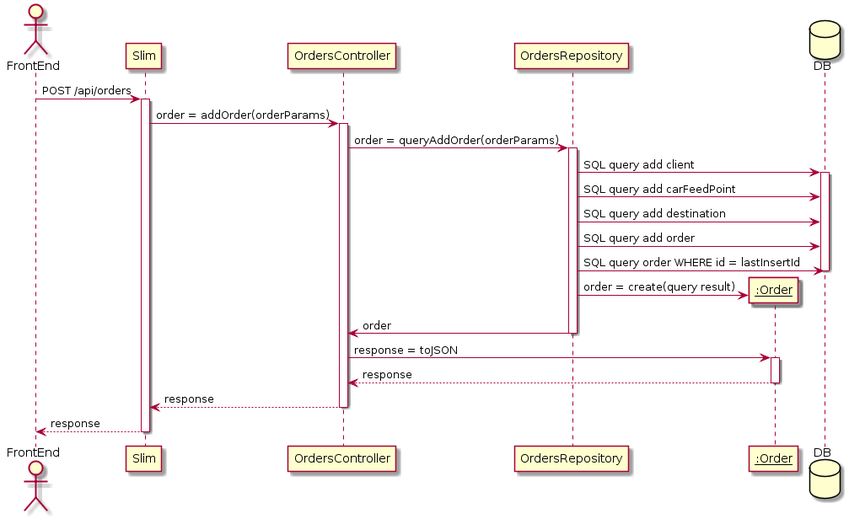
Before: docs/BackEnd/SequenceDiagram/AddOrder.png, a diagram exported from PlantUML (malvinkooo/taxiSystem).
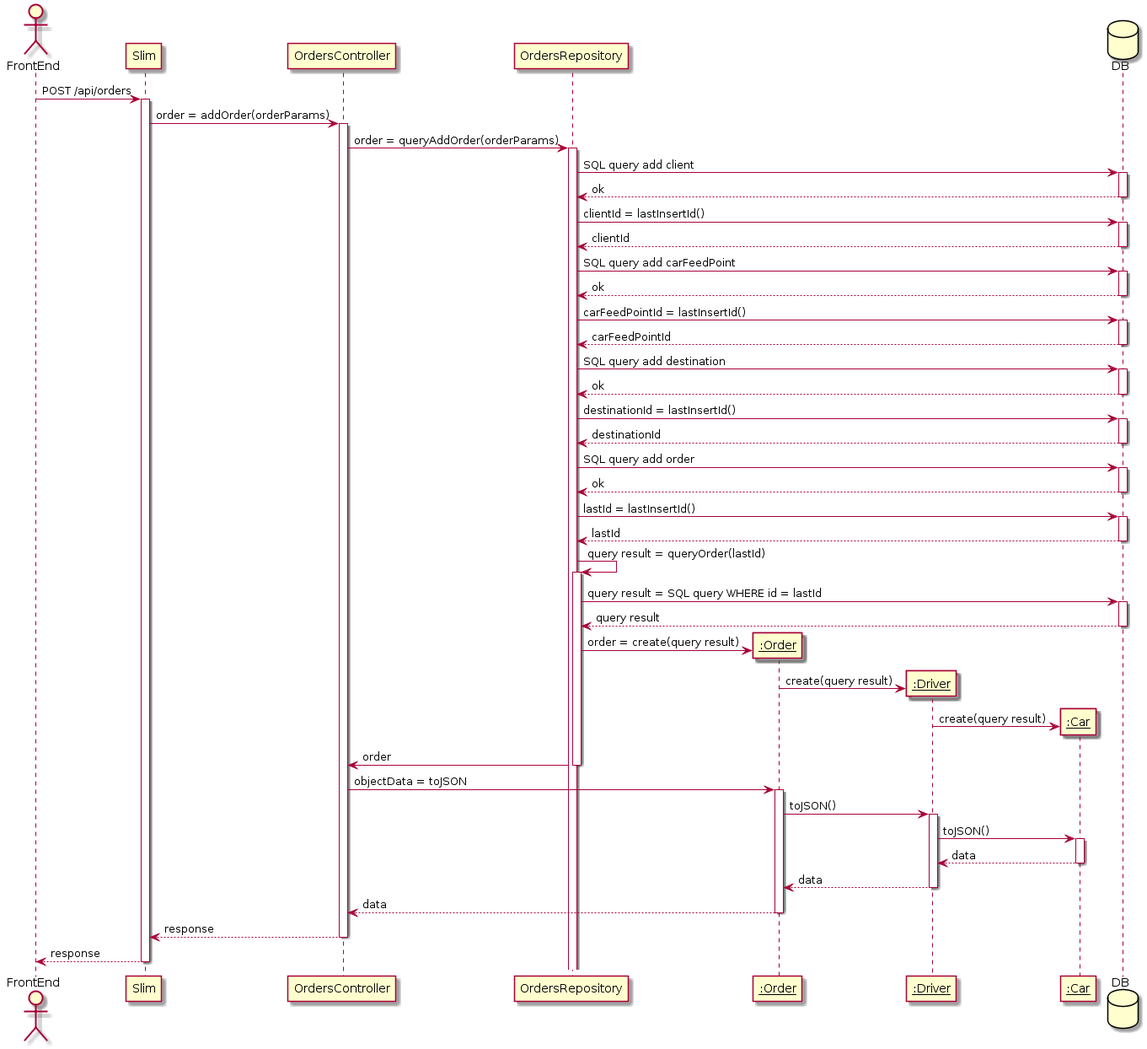
After the commit.

The edit, as a diff of the source:
```diff
@@ -4,6 +4,8 @@
 participant OrdersController
 participant OrdersRepository
 participant "__:Order__" as Order
+participant "__:Driver__" as Driver
+participant "__:Car__" as Car
 database DB
 
 FrontEnd -> Slim : POST /api/orders
@@ -12,21 +14,70 @@
 activate OrdersController
 OrdersController -> OrdersRepository : order = queryAddOrder(orderParams)
 activate OrdersRepository
+
 OrdersRepository -> DB : SQL query add client
 activate DB
+DB --> OrdersRepository : ok
+deactivate DB
+OrdersRepository -> DB : clientId = lastInsertId()
+activate DB
+DB --> OrdersRepository : clientId
+deactivate DB
 OrdersRepository -> DB : SQL query add carFeedPoint
+activate DB
+DB --> OrdersRepository : ok
+deactivate DB
+OrdersRepository -> DB : carFeedPointId = lastInsertId()
+activate DB
+DB --> OrdersRepository : carFeedPointId
+deactivate DB
 OrdersRepository -> DB : SQL query add destination
+activate DB
+DB --> OrdersRepository : ok
+deactivate DB
+OrdersRepository -> DB : destinationId = lastInsertId()
+activate DB
+DB --> OrdersRepository : destinationId
+deactivate DB
 OrdersRepository -> DB : SQL query add order
-OrdersRepository -> DB : SQL query order WHERE id = lastInsertId
+activate DB
+DB --> OrdersRepository : ok
 deactivate DB
+OrdersRepository -> DB : lastId = lastInsertId()
+activate DB
+DB --> OrdersRepository : lastId
+deactivate DB
+
+OrdersRepository -> OrdersRepository : query result = queryOrder(lastId)
+activate OrdersRepository
+OrdersRepository -> DB : query result = SQL query WHERE id = lastId
+activate DB
+DB --> OrdersRepository : query result
+deactivate DB
+
 create Order
 OrdersRepository -> Order : order = create(query result)
+create Driver
+Order -> Driver : create(query result)
+create Car
+Driver -> Car : create(query result)
+
 OrdersRepository -> OrdersController : order
 deactivate OrdersRepository
-OrdersController -> Order : response = toJSON
+
+OrdersController -> Order : objectData = toJSON
 activate Order
-Order --> OrdersController : response
+Order -> Driver : toJSON()
+activate Driver
+Driver -> Car : toJSON()
+activate Car
+Car --> Driver : data
+deactivate Car
+Driver --> Order : data
+deactivate Driver
+Order --> OrdersController : data
 deactivate Order
+
 OrdersController --> Slim : response
 deactivate OrdersController
 Slim --> FrontEnd : response
```
